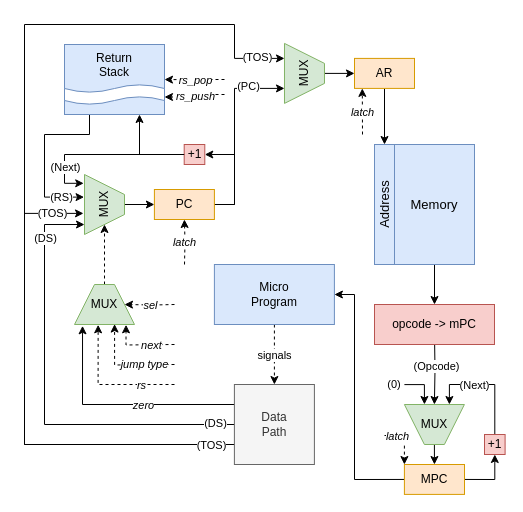
Above: resources/control_unit.drawio in whatever125/stack_machine (draw.io), before the change. Source tidied: cells renumbered, new cells numbered last; positions are measured from the earlier drawing's top-left corner, leaving out a move shared by most shapes. Both pictures are drawn from the tidied source at 100%, with x=0, y=0 at pixel (24, 24).
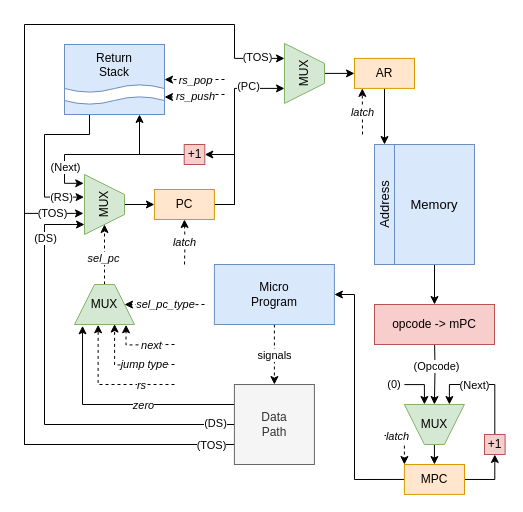
The same page after the edit.

The change refers to these unchanged cells:
```xml
<mxCell id="45" style="edgeStyle=orthogonalEdgeStyle;rounded=0;jettySize=auto;html=1;exitX=0.5;exitY=0;exitDx=0;exitDy=0;entryX=1;entryY=0.5;entryDx=0;entryDy=0;dashed=1;" parent="1" edge="1" source="46" target="36">
  <mxGeometry relative="1" as="geometry" />
</mxCell>
<mxCell id="46" value="MUX" style="shape=trapezoid;perimeter=trapezoidPerimeter;whiteSpace=wrap;html=1;fixedSize=1;fillColor=#d5e8d4;strokeColor=#82b366;direction=east;" parent="1" vertex="1">
  <mxGeometry x="50" y="260" width="60" height="40" as="geometry" />
</mxCell>
```

Change to the diagram source:
```diff
@@
+    <mxCell id="72" value="sel_pc" style="edgeLabel;html=1;align=center;verticalAlign=middle;fontStyle=2;" parent="45" vertex="1">
+      <mxGeometry x="-0.1" y="2" relative="1" as="geometry" />
+    </mxCell>
@@
-    <mxCell id="70" style="edgeStyle=orthogonalEdgeStyle;rounded=0;jettySize=auto;html=1;entryX=1;entryY=0.5;entryDx=0;entryDy=0;dashed=1;" parent="1" edge="1" target="46">
+    <mxCell id="70" value="&lt;i&gt;sel_pc_type&lt;/i&gt;" style="edgeStyle=orthogonalEdgeStyle;rounded=0;jettySize=auto;html=1;entryX=1;entryY=0.5;entryDx=0;entryDy=0;dashed=1;" parent="1" edge="1" target="46">
       <mxGeometry relative="1" as="geometry">
-        <mxPoint x="150" y="280" as="sourcePoint" />
+        <mxPoint x="180" y="280" as="sourcePoint" />
       </mxGeometry>
     </mxCell>
-    <mxCell id="71" value="sel" style="edgeLabel;html=1;align=center;verticalAlign=middle;fontStyle=2;" parent="70" vertex="1">
-      <mxGeometry relative="1" as="geometry" />
-    </mxCell>
```
